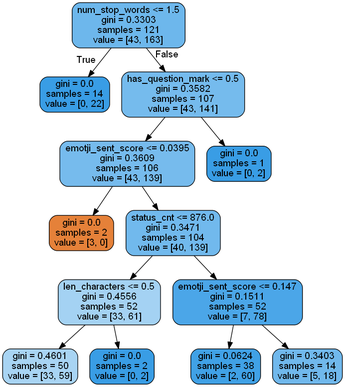
Earlier version of the Graphviz export Python/twitter_filter/trees/dtree4.png (burningskies42/Twitter_Analytics). Its source is kept beside it as Python/twitter_filter/trees/dtree4.dot. Source of this version:
```dot
digraph Tree {
node [shape=box, style="filled, rounded", color="black", fontname=helvetica] ;
edge [fontname=helvetica] ;
0 [label="num_stop_words <= 1.5\ngini = 0.3303\nsamples = 121\nvalue = [43, 163]", fillcolor="#399de5bc"] ;
1 [label="gini = 0.0\nsamples = 14\nvalue = [0, 22]", fillcolor="#399de5ff"] ;
0 -> 1 [labeldistance=2.5, labelangle=45, headlabel="True"] ;
2 [label="has_question_mark <= 0.5\ngini = 0.3582\nsamples = 107\nvalue = [43, 141]", fillcolor="#399de5b1"] ;
0 -> 2 [labeldistance=2.5, labelangle=-45, headlabel="False"] ;
3 [label="emotji_sent_score <= 0.0395\ngini = 0.3609\nsamples = 106\nvalue = [43, 139]", fillcolor="#399de5b0"] ;
2 -> 3 ;
4 [label="gini = 0.0\nsamples = 2\nvalue = [3, 0]", fillcolor="#e58139ff"] ;
3 -> 4 ;
5 [label="status_cnt <= 876.0\ngini = 0.3471\nsamples = 104\nvalue = [40, 139]", fillcolor="#399de5b6"] ;
3 -> 5 ;
6 [label="len_characters <= 0.5\ngini = 0.4556\nsamples = 52\nvalue = [33, 61]", fillcolor="#399de575"] ;
5 -> 6 ;
7 [label="gini = 0.4601\nsamples = 50\nvalue = [33, 59]", fillcolor="#399de570"] ;
6 -> 7 ;
8 [label="gini = 0.0\nsamples = 2\nvalue = [0, 2]", fillcolor="#399de5ff"] ;
6 -> 8 ;
9 [label="emotji_sent_score <= 0.147\ngini = 0.1511\nsamples = 52\nvalue = [7, 78]", fillcolor="#399de5e8"] ;
5 -> 9 ;
10 [label="gini = 0.0624\nsamples = 38\nvalue = [2, 60]", fillcolor="#399de5f6"] ;
9 -> 10 ;
11 [label="gini = 0.3403\nsamples = 14\nvalue = [5, 18]", fillcolor="#399de5b8"] ;
9 -> 11 ;
12 [label="gini = 0.0\nsamples = 1\nvalue = [0, 2]", fillcolor="#399de5ff"] ;
2 -> 12 ;
}
```
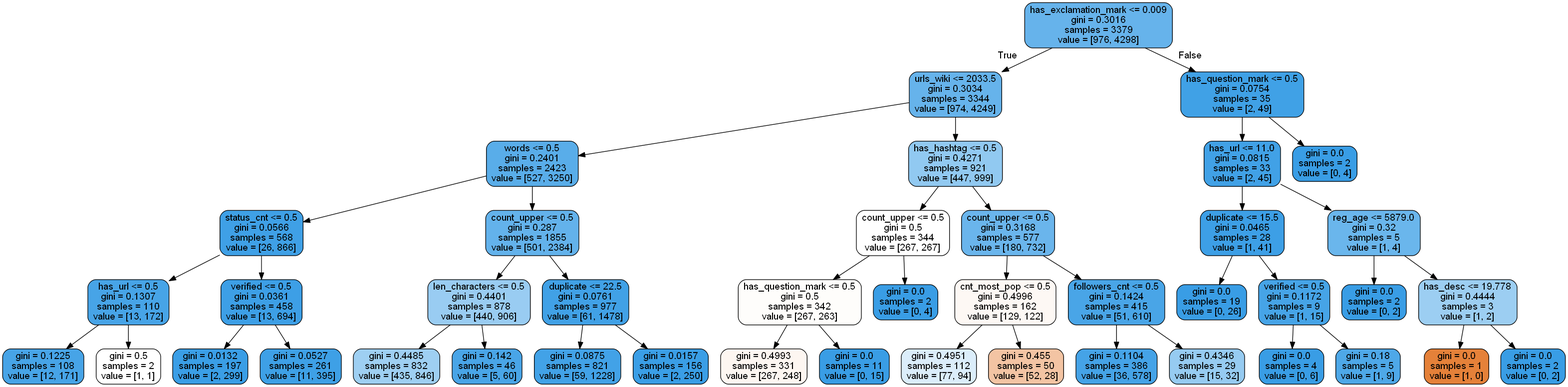
The same diagram one commit later.

What changed in the source:
```diff
@@ -1,29 +1,89 @@
 digraph Tree {
 node [shape=box, style="filled, rounded", color="black", fontname=helvetica] ;
 edge [fontname=helvetica] ;
-0 [label="num_stop_words <= 1.5\ngini = 0.3303\nsamples = 121\nvalue = [43, 163]", fillcolor="#399de5bc"] ;
-1 [label="gini = 0.0\nsamples = 14\nvalue = [0, 22]", fillcolor="#399de5ff"] ;
+0 [label="has_exclamation_mark <= 0.009\ngini = 0.3016\nsamples = 3379\nvalue = [976, 4298]", fillcolor="#399de5c5"] ;
+1 [label="urls_wiki <= 2033.5\ngini = 0.3034\nsamples = 3344\nvalue = [974, 4249]", fillcolor="#399de5c5"] ;
 0 -> 1 [labeldistance=2.5, labelangle=45, headlabel="True"] ;
-2 [label="has_question_mark <= 0.5\ngini = 0.3582\nsamples = 107\nvalue = [43, 141]", fillcolor="#399de5b1"] ;
-0 -> 2 [labeldistance=2.5, labelangle=-45, headlabel="False"] ;
-3 [label="emotji_sent_score <= 0.0395\ngini = 0.3609\nsamples = 106\nvalue = [43, 139]", fillcolor="#399de5b0"] ;
+2 [label="words <= 0.5\ngini = 0.2401\nsamples = 2423\nvalue = [527, 3250]", fillcolor="#399de5d6"] ;
+1 -> 2 ;
+3 [label="status_cnt <= 0.5\ngini = 0.0566\nsamples = 568\nvalue = [26, 866]", fillcolor="#399de5f7"] ;
 2 -> 3 ;
-4 [label="gini = 0.0\nsamples = 2\nvalue = [3, 0]", fillcolor="#e58139ff"] ;
+4 [label="has_url <= 0.5\ngini = 0.1307\nsamples = 110\nvalue = [13, 172]", fillcolor="#399de5ec"] ;
 3 -> 4 ;
-5 [label="status_cnt <= 876.0\ngini = 0.3471\nsamples = 104\nvalue = [40, 139]", fillcolor="#399de5b6"] ;
-3 -> 5 ;
-6 [label="len_characters <= 0.5\ngini = 0.4556\nsamples = 52\nvalue = [33, 61]", fillcolor="#399de575"] ;
-5 -> 6 ;
-7 [label="gini = 0.4601\nsamples = 50\nvalue = [33, 59]", fillcolor="#399de570"] ;
-6 -> 7 ;
-8 [label="gini = 0.0\nsamples = 2\nvalue = [0, 2]", fillcolor="#399de5ff"] ;
-6 -> 8 ;
-9 [label="emotji_sent_score <= 0.147\ngini = 0.1511\nsamples = 52\nvalue = [7, 78]", fillcolor="#399de5e8"] ;
-5 -> 9 ;
-10 [label="gini = 0.0624\nsamples = 38\nvalue = [2, 60]", fillcolor="#399de5f6"] ;
-9 -> 10 ;
-11 [label="gini = 0.3403\nsamples = 14\nvalue = [5, 18]", fillcolor="#399de5b8"] ;
-9 -> 11 ;
-12 [label="gini = 0.0\nsamples = 1\nvalue = [0, 2]", fillcolor="#399de5ff"] ;
-2 -> 12 ;
+5 [label="gini = 0.1225\nsamples = 108\nvalue = [12, 171]", fillcolor="#399de5ed"] ;
+4 -> 5 ;
+6 [label="gini = 0.5\nsamples = 2\nvalue = [1, 1]", fillcolor="#e5813900"] ;
+4 -> 6 ;
+7 [label="verified <= 0.5\ngini = 0.0361\nsamples = 458\nvalue = [13, 694]", fillcolor="#399de5fa"] ;
+3 -> 7 ;
+8 [label="gini = 0.0132\nsamples = 197\nvalue = [2, 299]", fillcolor="#399de5fd"] ;
+7 -> 8 ;
+9 [label="gini = 0.0527\nsamples = 261\nvalue = [11, 395]", fillcolor="#399de5f8"] ;
+7 -> 9 ;
+10 [label="count_upper <= 0.5\ngini = 0.287\nsamples = 1855\nvalue = [501, 2384]", fillcolor="#399de5c9"] ;
+2 -> 10 ;
+11 [label="len_characters <= 0.5\ngini = 0.4401\nsamples = 878\nvalue = [440, 906]", fillcolor="#399de583"] ;
+10 -> 11 ;
+12 [label="gini = 0.4485\nsamples = 832\nvalue = [435, 846]", fillcolor="#399de57c"] ;
+11 -> 12 ;
+13 [label="gini = 0.142\nsamples = 46\nvalue = [5, 60]", fillcolor="#399de5ea"] ;
+11 -> 13 ;
+14 [label="duplicate <= 22.5\ngini = 0.0761\nsamples = 977\nvalue = [61, 1478]", fillcolor="#399de5f4"] ;
+10 -> 14 ;
+15 [label="gini = 0.0875\nsamples = 821\nvalue = [59, 1228]", fillcolor="#399de5f3"] ;
+14 -> 15 ;
+16 [label="gini = 0.0157\nsamples = 156\nvalue = [2, 250]", fillcolor="#399de5fd"] ;
+14 -> 16 ;
+17 [label="has_hashtag <= 0.5\ngini = 0.4271\nsamples = 921\nvalue = [447, 999]", fillcolor="#399de58d"] ;
+1 -> 17 ;
+18 [label="count_upper <= 0.5\ngini = 0.5\nsamples = 344\nvalue = [267, 267]", fillcolor="#e5813900"] ;
+17 -> 18 ;
+19 [label="has_question_mark <= 0.5\ngini = 0.5\nsamples = 342\nvalue = [267, 263]", fillcolor="#e5813904"] ;
+18 -> 19 ;
+20 [label="gini = 0.4993\nsamples = 331\nvalue = [267, 248]", fillcolor="#e5813912"] ;
+19 -> 20 ;
+21 [label="gini = 0.0\nsamples = 11\nvalue = [0, 15]", fillcolor="#399de5ff"] ;
+19 -> 21 ;
+22 [label="gini = 0.0\nsamples = 2\nvalue = [0, 4]", fillcolor="#399de5ff"] ;
+18 -> 22 ;
+23 [label="count_upper <= 0.5\ngini = 0.3168\nsamples = 577\nvalue = [180, 732]", fillcolor="#399de5c0"] ;
+17 -> 23 ;
+24 [label="cnt_most_pop <= 0.5\ngini = 0.4996\nsamples = 162\nvalue = [129, 122]", fillcolor="#e581390e"] ;
+23 -> 24 ;
+25 [label="gini = 0.4951\nsamples = 112\nvalue = [77, 94]", fillcolor="#399de52e"] ;
+24 -> 25 ;
+26 [label="gini = 0.455\nsamples = 50\nvalue = [52, 28]", fillcolor="#e5813976"] ;
+24 -> 26 ;
+27 [label="followers_cnt <= 0.5\ngini = 0.1424\nsamples = 415\nvalue = [51, 610]", fillcolor="#399de5ea"] ;
+23 -> 27 ;
+28 [label="gini = 0.1104\nsamples = 386\nvalue = [36, 578]", fillcolor="#399de5ef"] ;
+27 -> 28 ;
+29 [label="gini = 0.4346\nsamples = 29\nvalue = [15, 32]", fillcolor="#399de587"] ;
+27 -> 29 ;
+30 [label="has_question_mark <= 0.5\ngini = 0.0754\nsamples = 35\nvalue = [2, 49]", fillcolor="#399de5f5"] ;
+0 -> 30 [labeldistance=2.5, labelangle=-45, headlabel="False"] ;
+31 [label="has_url <= 11.0\ngini = 0.0815\nsamples = 33\nvalue = [2, 45]", fillcolor="#399de5f4"] ;
+30 -> 31 ;
+32 [label="duplicate <= 15.5\ngini = 0.0465\nsamples = 28\nvalue = [1, 41]", fillcolor="#399de5f9"] ;
+31 -> 32 ;
+33 [label="gini = 0.0\nsamples = 19\nvalue = [0, 26]", fillcolor="#399de5ff"] ;
+32 -> 33 ;
+34 [label="verified <= 0.5\ngini = 0.1172\nsamples = 9\nvalue = [1, 15]", fillcolor="#399de5ee"] ;
+32 -> 34 ;
+35 [label="gini = 0.0\nsamples = 4\nvalue = [0, 6]", fillcolor="#399de5ff"] ;
+34 -> 35 ;
+36 [label="gini = 0.18\nsamples = 5\nvalue = [1, 9]", fillcolor="#399de5e3"] ;
+34 -> 36 ;
+37 [label="reg_age <= 5879.0\ngini = 0.32\nsamples = 5\nvalue = [1, 4]", fillcolor="#399de5bf"] ;
+31 -> 37 ;
+38 [label="gini = 0.0\nsamples = 2\nvalue = [0, 2]", fillcolor="#399de5ff"] ;
+37 -> 38 ;
+39 [label="has_desc <= 19.778\ngini = 0.4444\nsamples = 3\nvalue = [1, 2]", fillcolor="#399de57f"] ;
+37 -> 39 ;
+40 [label="gini = 0.0\nsamples = 1\nvalue = [1, 0]", fillcolor="#e58139ff"] ;
+39 -> 40 ;
+41 [label="gini = 0.0\nsamples = 2\nvalue = [0, 2]", fillcolor="#399de5ff"] ;
+39 -> 41 ;
+42 [label="gini = 0.0\nsamples = 2\nvalue = [0, 4]", fillcolor="#399de5ff"] ;
+30 -> 42 ;
 }
```
